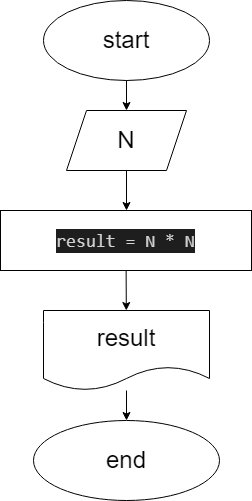
The draw.io diagram scharp/Seminars/Seminars_01/Ex001/diagram.drawio.png in JuliaSukhova/Seminar_Ex001, before a commit. Source tidied: cells renumbered, new cells last; positions are measured from the earlier drawing's top-left corner, leaving out a move shared by most shapes.
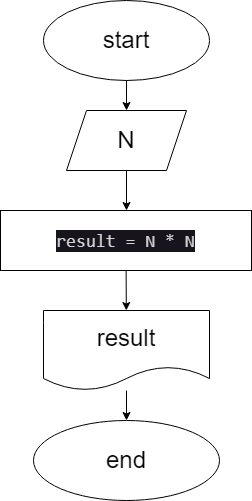
The same diagram one commit later.

Commit message:
Readme файл обновлен2

What changed in the source:
```diff
@@ -30,7 +30,7 @@
     <mxCell id="9" style="edgeStyle=none;html=1;fontSize=24;fontColor=#D4D4D4;" parent="1" edge="1" source="10" target="7">
       <mxGeometry relative="1" as="geometry" />
     </mxCell>
-    <mxCell id="10" value="&lt;div style=&quot;background-color: rgb(30, 30, 30); font-family: Consolas, &amp;quot;Courier New&amp;quot;, monospace; font-size: 18px; line-height: 24px;&quot;&gt;&lt;font color=&quot;#d4d4d4&quot;&gt;result = N * N&lt;/font&gt;&lt;/div&gt;" style="rounded=0;whiteSpace=wrap;html=1;fontSize=24;" parent="1" vertex="1">
+    <mxCell id="10" value="&lt;div style=&quot;font-family: Consolas, &amp;quot;Courier New&amp;quot;, monospace; font-size: 18px; line-height: 24px;&quot;&gt;&lt;font style=&quot;background-color: rgb(24, 20, 29);&quot; color=&quot;#d4d4d4&quot;&gt;result = N * N&lt;/font&gt;&lt;/div&gt;" style="rounded=0;whiteSpace=wrap;html=1;fontSize=24;" parent="1" vertex="1">
       <mxGeometry y="210" width="251" height="60" as="geometry" />
     </mxCell>
   </root>
```
